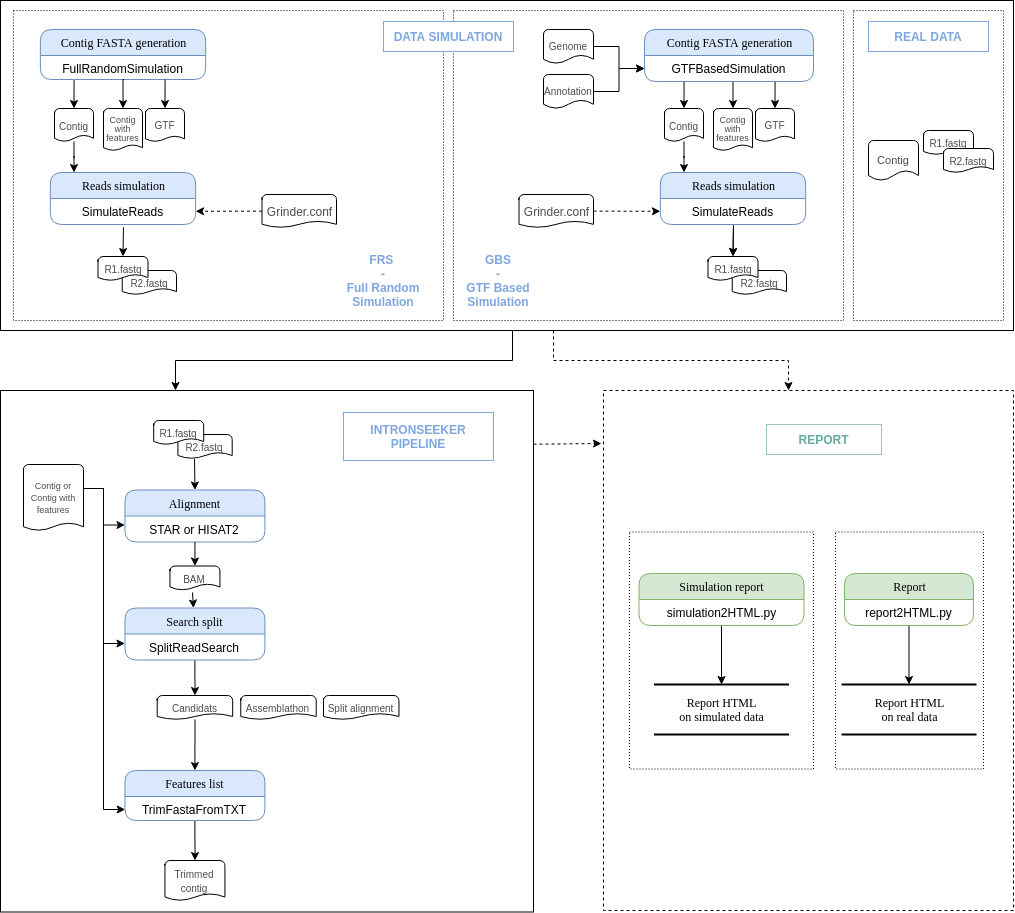
Bios4Biol/intronSeeker keeps this draw.io diagram as doc/IntronSeeker-workflow.png. Above is the earlier version. Source tidied: cells renumbered, new cells last; positions are measured from the earlier drawing's top-left corner, leaving out a move shared by most shapes.
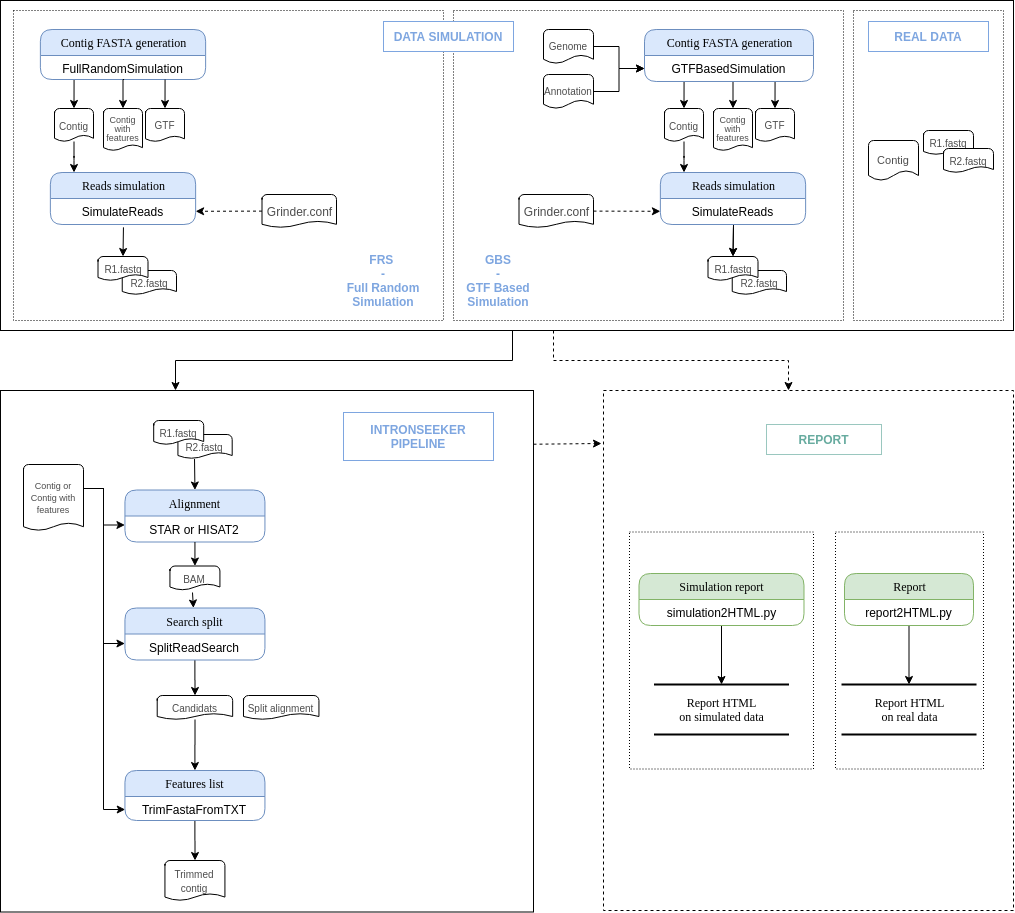
Later version of the same file.

Commit message:
Remove assemblathon output file from Split Read Search step in workflow diagram for README page

Change to the diagram source:
```diff
@@ -232,11 +232,8 @@
       </mxGeometry>
     </mxCell>
     <mxCell id="64" value="&lt;font style=&quot;font-size: 10px&quot;&gt;Split alignment&lt;/font&gt;" style="strokeWidth=1;html=1;shape=mxgraph.flowchart.document2;whiteSpace=wrap;size=0.25;fontColor=#4D4D4D;" parent="1" vertex="1">
-      <mxGeometry x="323" y="695" width="75.5" height="24" as="geometry" />
+      <mxGeometry x="243" y="695" width="75.5" height="24" as="geometry" />
     </mxCell>
-    <mxCell id="65" value="&lt;font style=&quot;font-size: 10px&quot;&gt;Assemblathon&lt;/font&gt;" style="strokeWidth=1;html=1;shape=mxgraph.flowchart.document2;whiteSpace=wrap;size=0.25;fontColor=#4D4D4D;" parent="1" vertex="1">
-      <mxGeometry x="240.3" y="695" width="75.5" height="24" as="geometry" />
-    </mxCell>
     <mxCell id="66" style="edgeStyle=orthogonalEdgeStyle;rounded=0;jettySize=auto;html=1;exitX=1;exitY=0.5;exitDx=0;exitDy=0;exitPerimeter=0;entryX=0;entryY=0.5;entryDx=0;entryDy=0;" parent="1" edge="1" source="55" target="57">
       <mxGeometry relative="1" as="geometry">
         <Array as="points">
```
